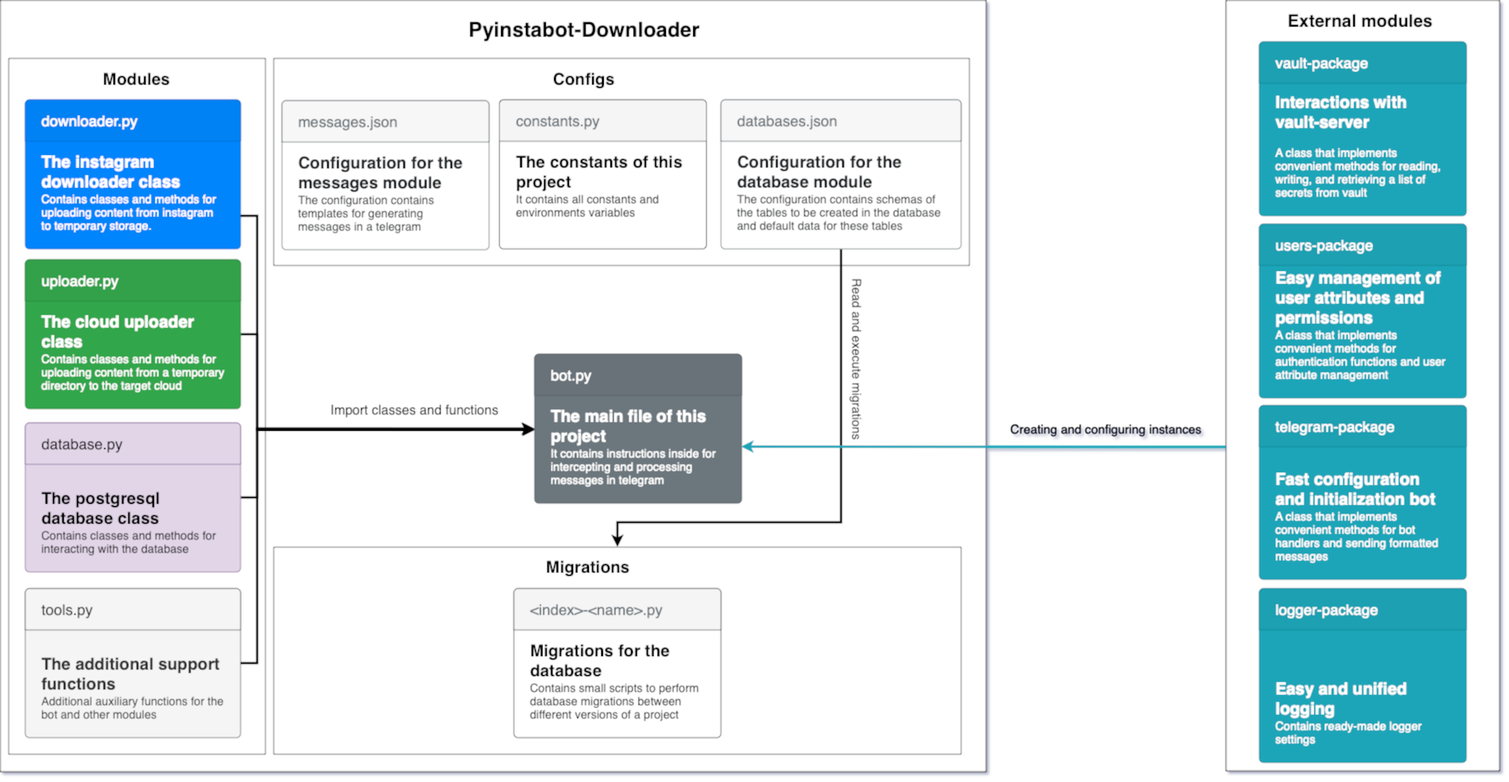
obervinov/pyinstabot-downloader keeps this draw.io diagram as doc/diagram-code.png. Above is the earlier version. Source tidied: cells renumbered, new cells last; positions are measured from the earlier drawing's top-left corner, leaving out a move shared by most shapes.
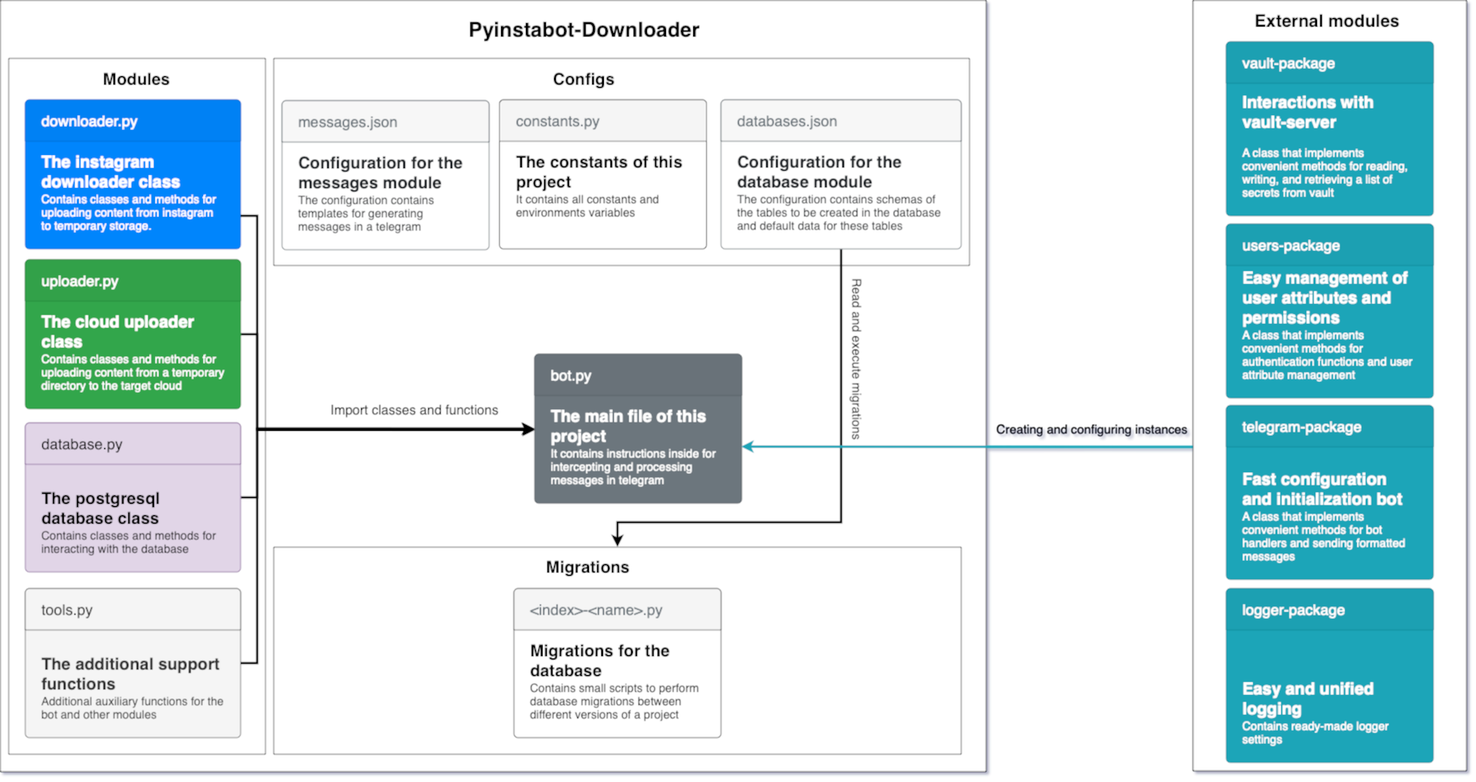
Later version of the same file.

Diff of the diagram source:
```diff
@@ -53,7 +53,7 @@
       <mxGeometry x="975" y="669" width="160" height="30" as="geometry" />
     </mxCell>
     <mxCell id="17" value="Creating and configuring instances" style="text;html=1;align=center;verticalAlign=middle;strokeColor=none;fillColor=none;fontSize=15;" parent="1" vertex="1">
-      <mxGeometry x="1210" y="502" width="250" height="30" as="geometry" />
+      <mxGeometry x="1193" y="502" width="250" height="30" as="geometry" />
     </mxCell>
     <mxCell id="18" value="&lt;b style=&quot;font-size: 25px;&quot;&gt;&lt;font style=&quot;font-size: 25px;&quot;&gt;Pyinstabot-Downloader&lt;/font&gt;&lt;/b&gt;" style="text;html=1;strokeColor=none;fillColor=none;align=center;verticalAlign=middle;whiteSpace=wrap;rounded=0;fontSize=25;" parent="1" vertex="1">
       <mxGeometry x="517.5" y="20" width="375" height="30" as="geometry" />
@@ -132,7 +132,7 @@
     <mxCell id="36" value="Read and execute migrations" style="text;html=1;align=center;verticalAlign=middle;strokeColor=none;fillColor=none;fontSize=15;rotation=90;" parent="1" vertex="1">
       <mxGeometry x="925" y="418" width="220" height="30" as="geometry" />
     </mxCell>
-    <mxCell id="37" style="edgeStyle=orthogonalEdgeStyle;rounded=0;jettySize=auto;html=1;entryX=0.997;entryY=0.62;entryDx=0;entryDy=0;entryPerimeter=0;strokeWidth=3;strokeColor=#1CA5B8;" parent="1" edge="1" source="38" target="4">
+    <mxCell id="37" style="edgeStyle=orthogonalEdgeStyle;rounded=0;jettySize=auto;html=1;entryX=0.997;entryY=0.62;entryDx=0;entryDy=0;entryPerimeter=0;strokeWidth=3;strokeColor=#1CA5B8;" parent="1" edge="1" source="39" target="4">
       <mxGeometry relative="1" as="geometry">
         <Array as="points">
           <mxPoint x="1370" y="539" />
@@ -140,35 +140,38 @@
         </Array>
       </mxGeometry>
     </mxCell>
-    <mxCell id="38" style="rounded=0;whiteSpace=wrap;html=1;" parent="1" vertex="1">
-      <mxGeometry x="1480" width="330" height="930" as="geometry" />
+    <mxCell id="38" style="group;" parent="1" vertex="1">
+      <mxGeometry x="1440" width="330" height="930" as="geometry" />
     </mxCell>
-    <mxCell id="39" value="&lt;b style=&quot;font-size: 21px;&quot;&gt;External modules&lt;/b&gt;" style="text;html=1;strokeColor=none;fillColor=none;align=center;verticalAlign=middle;whiteSpace=wrap;rounded=0;fontSize=21;" parent="1" vertex="1">
-      <mxGeometry x="1520" y="10" width="245" height="30" as="geometry" />
+    <mxCell id="39" style="rounded=0;whiteSpace=wrap;html=1;" parent="38" vertex="1">
+      <mxGeometry width="330" height="930" as="geometry" />
     </mxCell>
-    <mxCell id="40" value="&lt;b&gt;&lt;font style=&quot;font-size: 20px&quot;&gt;Interactions with vault-server&lt;/font&gt;&lt;/b&gt;&lt;br style=&quot;font-size: 14px&quot;&gt;&lt;br style=&quot;font-size: 14px&quot;&gt;A class that implements convenient methods for reading, writing, and retrieving a list of secrets from vault" style="html=1;shadow=0;dashed=0;shape=mxgraph.bootstrap.rrect;rSize=5;strokeColor=#188C9C;html=1;whiteSpace=wrap;fillColor=#1CA5B8;fontColor=#ffffff;verticalAlign=bottom;align=left;spacing=20;spacingBottom=0;fontSize=14;" parent="1" vertex="1">
-      <mxGeometry x="1520" y="50" width="250" height="210" as="geometry" />
+    <mxCell id="40" value="&lt;b style=&quot;font-size: 21px;&quot;&gt;External modules&lt;/b&gt;" style="text;html=1;strokeColor=none;fillColor=none;align=center;verticalAlign=middle;whiteSpace=wrap;rounded=0;fontSize=21;" parent="38" vertex="1">
+      <mxGeometry x="40" y="10" width="245" height="30" as="geometry" />
     </mxCell>
-    <mxCell id="41" value="vault-package" style="html=1;shadow=0;dashed=0;shape=mxgraph.bootstrap.topButton;rSize=5;perimeter=none;whiteSpace=wrap;fillColor=#1BA0B2;strokeColor=#188C9C;fontColor=#ffffff;fontSize=18;align=left;spacing=20;" parent="40" vertex="1">
-      <mxGeometry width="250" height="50" relative="1" as="geometry" />
+    <mxCell id="41" value="&lt;b&gt;&lt;font style=&quot;font-size: 20px&quot;&gt;Interactions with vault-server&lt;/font&gt;&lt;/b&gt;&lt;br style=&quot;font-size: 14px&quot;&gt;&lt;br style=&quot;font-size: 14px&quot;&gt;A class that implements convenient methods for reading, writing, and retrieving a list of secrets from vault" style="html=1;shadow=0;dashed=0;shape=mxgraph.bootstrap.rrect;rSize=5;strokeColor=#188C9C;html=1;whiteSpace=wrap;fillColor=#1CA5B8;fontColor=#ffffff;verticalAlign=bottom;align=left;spacing=20;spacingBottom=0;fontSize=14;" parent="38" vertex="1">
+      <mxGeometry x="40" y="50" width="250" height="210" as="geometry" />
     </mxCell>
-    <mxCell id="42" value="&lt;span style=&quot;font-size: 20px;&quot;&gt;&lt;b&gt;Easy management of user attributes and permissions&lt;/b&gt;&lt;/span&gt;&lt;br style=&quot;font-size: 14px&quot;&gt;A class that implements convenient methods for authentication functions and user attribute management" style="html=1;shadow=0;dashed=0;shape=mxgraph.bootstrap.rrect;rSize=5;strokeColor=#188C9C;html=1;whiteSpace=wrap;fillColor=#1CA5B8;fontColor=#ffffff;verticalAlign=bottom;align=left;spacing=20;spacingBottom=0;fontSize=14;" parent="1" vertex="1">
-      <mxGeometry x="1520" y="270" width="250" height="210" as="geometry" />
+    <mxCell id="42" value="vault-package" style="html=1;shadow=0;dashed=0;shape=mxgraph.bootstrap.topButton;rSize=5;perimeter=none;whiteSpace=wrap;fillColor=#1BA0B2;strokeColor=#188C9C;fontColor=#ffffff;fontSize=18;align=left;spacing=20;" parent="41" vertex="1">
+      <mxGeometry width="250" height="50" relative="1" as="geometry" />
     </mxCell>
-    <mxCell id="43" value="users-package" style="html=1;shadow=0;dashed=0;shape=mxgraph.bootstrap.topButton;rSize=5;perimeter=none;whiteSpace=wrap;fillColor=#1BA0B2;strokeColor=#188C9C;fontColor=#ffffff;fontSize=18;align=left;spacing=20;" parent="42" vertex="1">
-      <mxGeometry width="250" height="50" relative="1" as="geometry" />
+    <mxCell id="43" value="&lt;span style=&quot;font-size: 20px;&quot;&gt;&lt;b&gt;Easy management of user attributes and permissions&lt;/b&gt;&lt;/span&gt;&lt;br style=&quot;font-size: 14px&quot;&gt;A class that implements convenient methods for authentication functions and user attribute management" style="html=1;shadow=0;dashed=0;shape=mxgraph.bootstrap.rrect;rSize=5;strokeColor=#188C9C;html=1;whiteSpace=wrap;fillColor=#1CA5B8;fontColor=#ffffff;verticalAlign=bottom;align=left;spacing=20;spacingBottom=0;fontSize=14;" parent="38" vertex="1">
+      <mxGeometry x="40" y="270" width="250" height="210" as="geometry" />
     </mxCell>
-    <mxCell id="44" value="&lt;span style=&quot;font-size: 20px;&quot;&gt;&lt;b&gt;Fast configuration and&amp;nbsp;initialization bot&lt;/b&gt;&lt;/span&gt;&lt;br style=&quot;font-size: 14px&quot;&gt;A class that implements convenient methods for bot handlers and sending formatted messages" style="html=1;shadow=0;dashed=0;shape=mxgraph.bootstrap.rrect;rSize=5;strokeColor=#188C9C;html=1;whiteSpace=wrap;fillColor=#1CA5B8;fontColor=#ffffff;verticalAlign=bottom;align=left;spacing=20;spacingBottom=0;fontSize=14;" parent="1" vertex="1">
-      <mxGeometry x="1520" y="489" width="250" height="210" as="geometry" />
+    <mxCell id="44" value="users-package" style="html=1;shadow=0;dashed=0;shape=mxgraph.bootstrap.topButton;rSize=5;perimeter=none;whiteSpace=wrap;fillColor=#1BA0B2;strokeColor=#188C9C;fontColor=#ffffff;fontSize=18;align=left;spacing=20;" parent="43" vertex="1">
+      <mxGeometry width="250" height="50" relative="1" as="geometry" />
     </mxCell>
-    <mxCell id="45" value="telegram-package" style="html=1;shadow=0;dashed=0;shape=mxgraph.bootstrap.topButton;rSize=5;perimeter=none;whiteSpace=wrap;fillColor=#1BA0B2;strokeColor=#188C9C;fontColor=#ffffff;fontSize=18;align=left;spacing=20;" parent="44" vertex="1">
-      <mxGeometry width="250" height="50" relative="1" as="geometry" />
+    <mxCell id="45" value="&lt;span style=&quot;font-size: 20px;&quot;&gt;&lt;b&gt;Fast configuration and&amp;nbsp;initialization bot&lt;/b&gt;&lt;/span&gt;&lt;br style=&quot;font-size: 14px&quot;&gt;A class that implements convenient methods for bot handlers and sending formatted messages" style="html=1;shadow=0;dashed=0;shape=mxgraph.bootstrap.rrect;rSize=5;strokeColor=#188C9C;html=1;whiteSpace=wrap;fillColor=#1CA5B8;fontColor=#ffffff;verticalAlign=bottom;align=left;spacing=20;spacingBottom=0;fontSize=14;" parent="38" vertex="1">
+      <mxGeometry x="40" y="489" width="250" height="210" as="geometry" />
     </mxCell>
-    <mxCell id="46" value="&lt;span style=&quot;font-size: 20px;&quot;&gt;&lt;b&gt;Easy and unified logging&lt;/b&gt;&lt;/span&gt;&lt;br style=&quot;font-size: 14px&quot;&gt;Contains ready-made logger settings" style="html=1;shadow=0;dashed=0;shape=mxgraph.bootstrap.rrect;rSize=5;strokeColor=#188C9C;html=1;whiteSpace=wrap;fillColor=#1CA5B8;fontColor=#ffffff;verticalAlign=bottom;align=left;spacing=20;spacingBottom=0;fontSize=14;" parent="1" vertex="1">
-      <mxGeometry x="1520" y="710" width="250" height="210" as="geometry" />
+    <mxCell id="46" value="telegram-package" style="html=1;shadow=0;dashed=0;shape=mxgraph.bootstrap.topButton;rSize=5;perimeter=none;whiteSpace=wrap;fillColor=#1BA0B2;strokeColor=#188C9C;fontColor=#ffffff;fontSize=18;align=left;spacing=20;" parent="45" vertex="1">
+      <mxGeometry width="250" height="50" relative="1" as="geometry" />
     </mxCell>
-    <mxCell id="47" value="logger-package" style="html=1;shadow=0;dashed=0;shape=mxgraph.bootstrap.topButton;rSize=5;perimeter=none;whiteSpace=wrap;fillColor=#1BA0B2;strokeColor=#188C9C;fontColor=#ffffff;fontSize=18;align=left;spacing=20;" parent="46" vertex="1">
-      <mxGeometry width="250" height="50" relative="1" as="geometry" />
+    <mxCell id="47" value="&lt;span style=&quot;font-size: 20px;&quot;&gt;&lt;b&gt;Easy and unified logging&lt;/b&gt;&lt;/span&gt;&lt;br style=&quot;font-size: 14px&quot;&gt;Contains ready-made logger settings" style="html=1;shadow=0;dashed=0;shape=mxgraph.bootstrap.rrect;rSize=5;strokeColor=#188C9C;html=1;whiteSpace=wrap;fillColor=#1CA5B8;fontColor=#ffffff;verticalAlign=bottom;align=left;spacing=20;spacingBottom=0;fontSize=14;" parent="38" vertex="1">
+      <mxGeometry x="40" y="710" width="250" height="210" as="geometry" />
     </mxCell>
+    <mxCell id="48" value="logger-package" style="html=1;shadow=0;dashed=0;shape=mxgraph.bootstrap.topButton;rSize=5;perimeter=none;whiteSpace=wrap;fillColor=#1BA0B2;strokeColor=#188C9C;fontColor=#ffffff;fontSize=18;align=left;spacing=20;" parent="47" vertex="1">
+      <mxGeometry width="250" height="50" relative="1" as="geometry" />
+    </mxCell>
   </root>
 </mxGraphModel>
```
